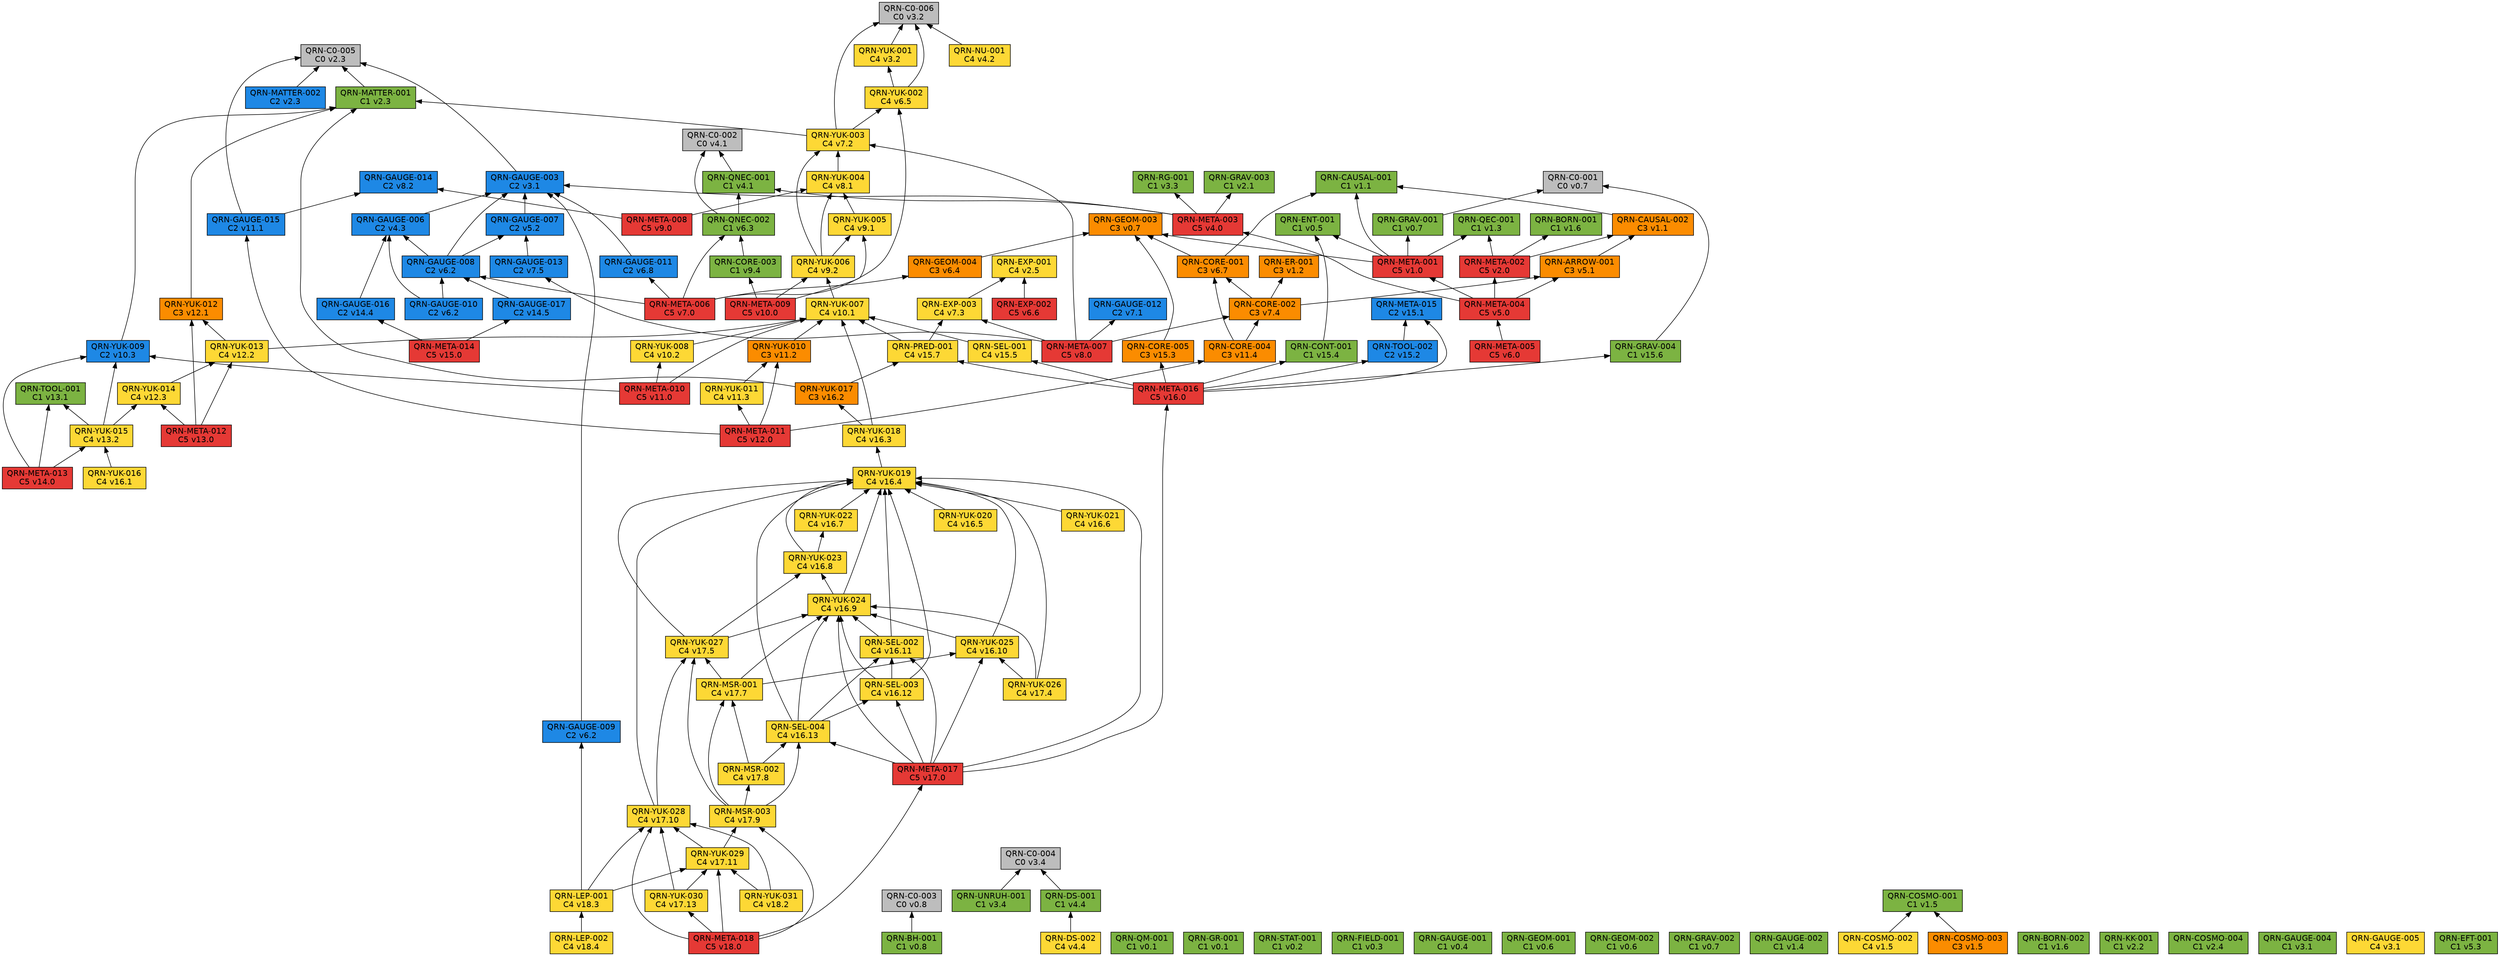
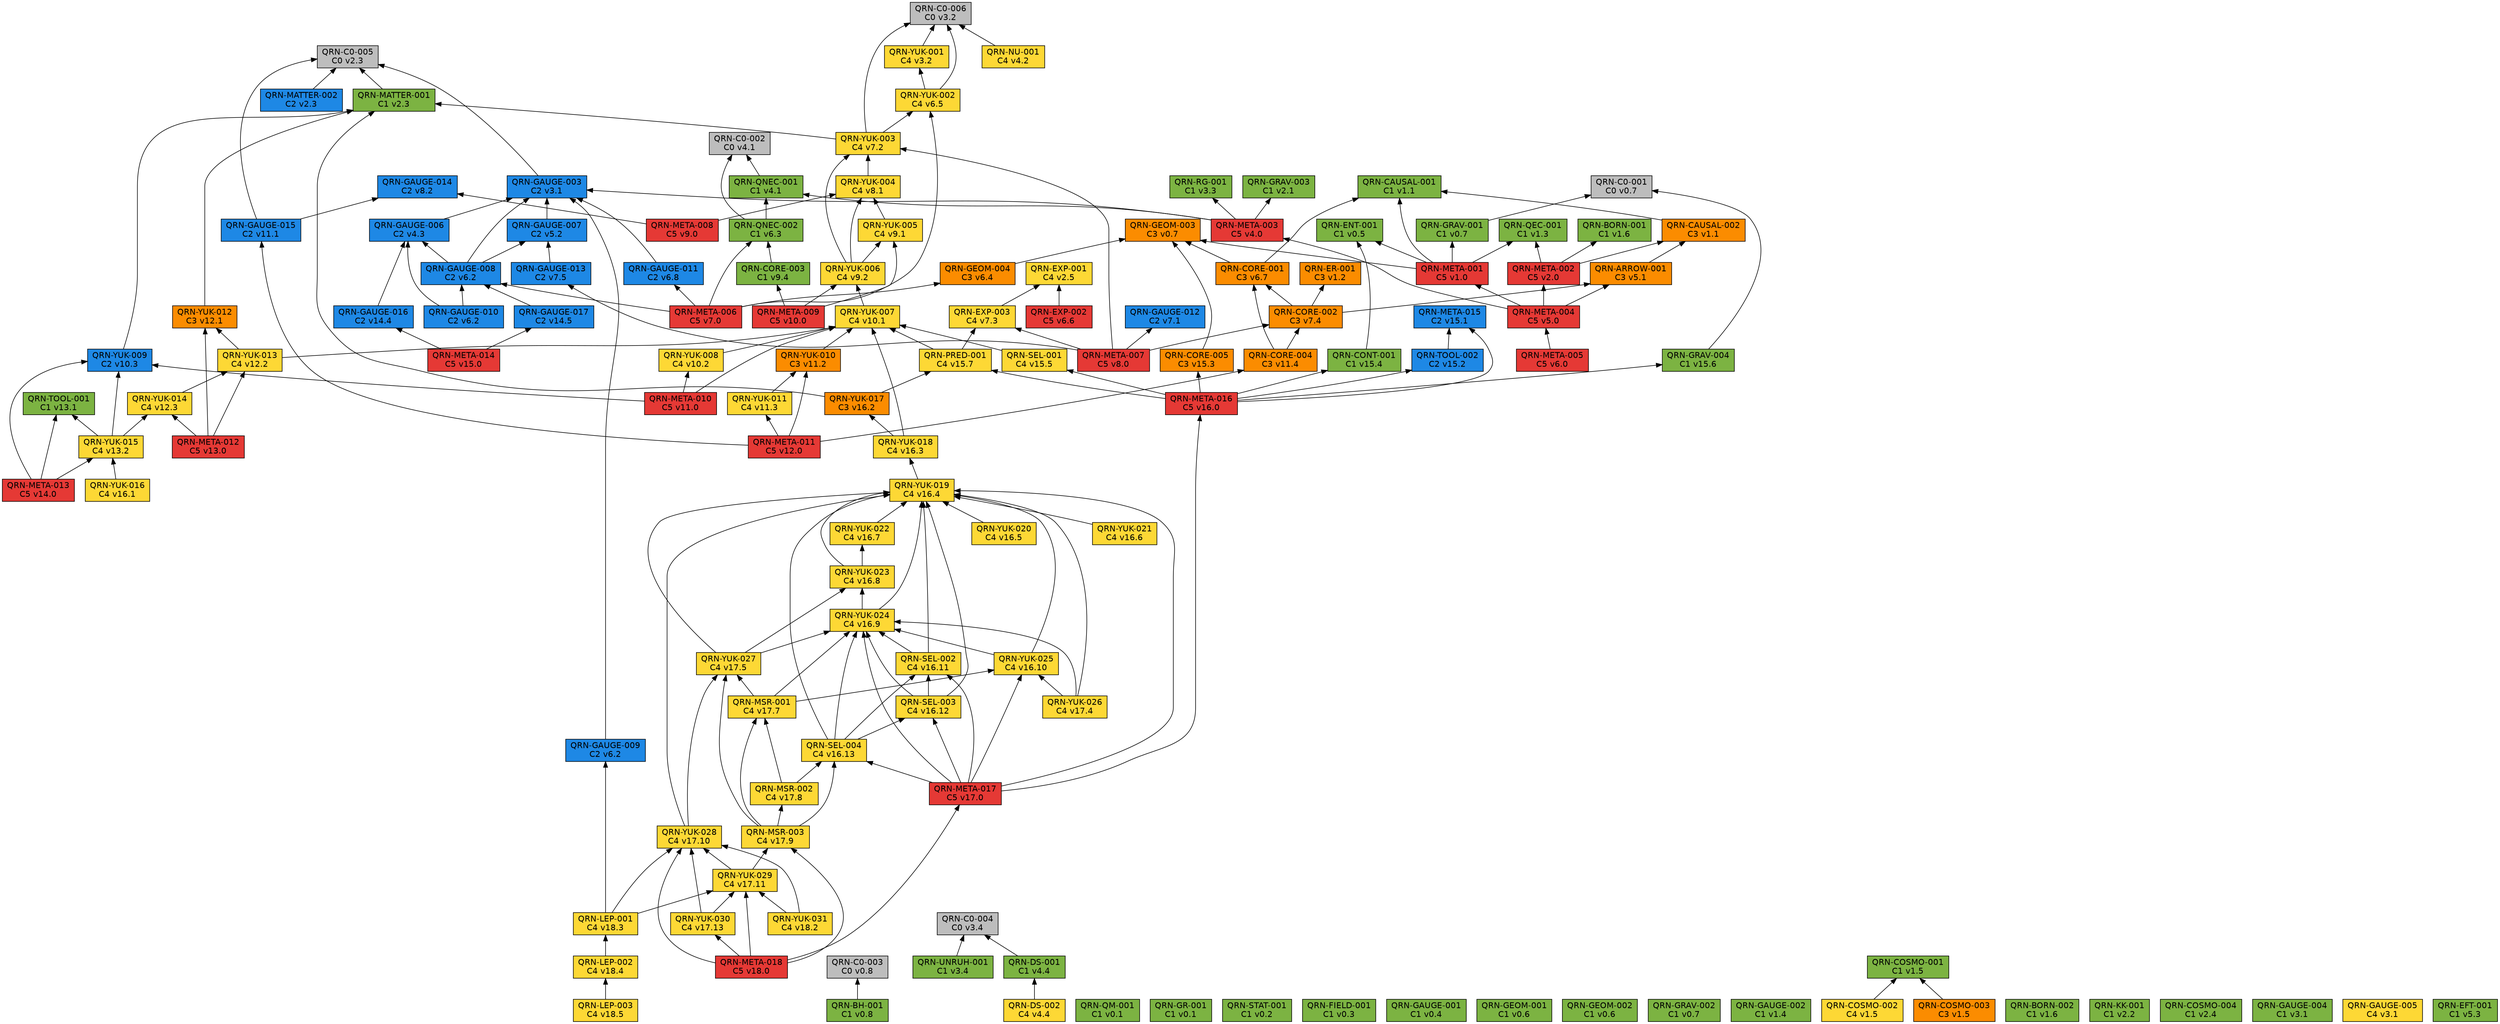
// 自動生成 (dag/report.pl) — QRN 主張依存グラフ
digraph qrn {
  rankdir=BT;
  node [shape=box, style=filled, fontname="Helvetica"];
  "QRN-C0-001" [fillcolor="#bdbdbd", label="QRN-C0-001\nC0 v0.7"];
  "QRN-C0-002" [fillcolor="#bdbdbd", label="QRN-C0-002\nC0 v4.1"];
  "QRN-C0-003" [fillcolor="#bdbdbd", label="QRN-C0-003\nC0 v0.8"];
  "QRN-C0-004" [fillcolor="#bdbdbd", label="QRN-C0-004\nC0 v3.4"];
  "QRN-C0-005" [fillcolor="#bdbdbd", label="QRN-C0-005\nC0 v2.3"];
  "QRN-C0-006" [fillcolor="#bdbdbd", label="QRN-C0-006\nC0 v3.2"];
  "QRN-QM-001" [fillcolor="#7cb342", label="QRN-QM-001\nC1 v0.1"];
  "QRN-GR-001" [fillcolor="#7cb342", label="QRN-GR-001\nC1 v0.1"];
  "QRN-STAT-001" [fillcolor="#7cb342", label="QRN-STAT-001\nC1 v0.2"];
  "QRN-FIELD-001" [fillcolor="#7cb342", label="QRN-FIELD-001\nC1 v0.3"];
  "QRN-GAUGE-001" [fillcolor="#7cb342", label="QRN-GAUGE-001\nC1 v0.4"];
  "QRN-ENT-001" [fillcolor="#7cb342", label="QRN-ENT-001\nC1 v0.5"];
  "QRN-GEOM-001" [fillcolor="#7cb342", label="QRN-GEOM-001\nC1 v0.6"];
  "QRN-GEOM-002" [fillcolor="#7cb342", label="QRN-GEOM-002\nC1 v0.6"];
  "QRN-GEOM-003" [fillcolor="#fb8c00", label="QRN-GEOM-003\nC3 v0.7"];
  "QRN-GRAV-001" [fillcolor="#7cb342", label="QRN-GRAV-001\nC1 v0.7"];
  "QRN-GRAV-002" [fillcolor="#7cb342", label="QRN-GRAV-002\nC1 v0.7"];
  "QRN-BH-001" [fillcolor="#7cb342", label="QRN-BH-001\nC1 v0.8"];
  "QRN-CAUSAL-001" [fillcolor="#7cb342", label="QRN-CAUSAL-001\nC1 v1.1"];
  "QRN-CAUSAL-002" [fillcolor="#fb8c00", label="QRN-CAUSAL-002\nC3 v1.1"];
  "QRN-ER-001" [fillcolor="#fb8c00", label="QRN-ER-001\nC3 v1.2"];
  "QRN-QEC-001" [fillcolor="#7cb342", label="QRN-QEC-001\nC1 v1.3"];
  "QRN-GAUGE-002" [fillcolor="#7cb342", label="QRN-GAUGE-002\nC1 v1.4"];
  "QRN-COSMO-001" [fillcolor="#7cb342", label="QRN-COSMO-001\nC1 v1.5"];
  "QRN-COSMO-002" [fillcolor="#fdd835", label="QRN-COSMO-002\nC4 v1.5"];
  "QRN-COSMO-003" [fillcolor="#fb8c00", label="QRN-COSMO-003\nC3 v1.5"];
  "QRN-BORN-001" [fillcolor="#7cb342", label="QRN-BORN-001\nC1 v1.6"];
  "QRN-BORN-002" [fillcolor="#7cb342", label="QRN-BORN-002\nC1 v1.6"];
  "QRN-GRAV-003" [fillcolor="#7cb342", label="QRN-GRAV-003\nC1 v2.1"];
  "QRN-KK-001" [fillcolor="#7cb342", label="QRN-KK-001\nC1 v2.2"];
  "QRN-MATTER-001" [fillcolor="#7cb342", label="QRN-MATTER-001\nC1 v2.3"];
  "QRN-MATTER-002" [fillcolor="#1e88e5", label="QRN-MATTER-002\nC2 v2.3"];
  "QRN-COSMO-004" [fillcolor="#7cb342", label="QRN-COSMO-004\nC1 v2.4"];
  "QRN-EXP-001" [fillcolor="#fdd835", label="QRN-EXP-001\nC4 v2.5"];
  "QRN-GAUGE-003" [fillcolor="#1e88e5", label="QRN-GAUGE-003\nC2 v3.1"];
  "QRN-GAUGE-004" [fillcolor="#7cb342", label="QRN-GAUGE-004\nC1 v3.1"];
  "QRN-GAUGE-005" [fillcolor="#fdd835", label="QRN-GAUGE-005\nC4 v3.1"];
  "QRN-YUK-001" [fillcolor="#fdd835", label="QRN-YUK-001\nC4 v3.2"];
  "QRN-RG-001" [fillcolor="#7cb342", label="QRN-RG-001\nC1 v3.3"];
  "QRN-UNRUH-001" [fillcolor="#7cb342", label="QRN-UNRUH-001\nC1 v3.4"];
  "QRN-QNEC-001" [fillcolor="#7cb342", label="QRN-QNEC-001\nC1 v4.1"];
  "QRN-NU-001" [fillcolor="#fdd835", label="QRN-NU-001\nC4 v4.2"];
  "QRN-GAUGE-006" [fillcolor="#1e88e5", label="QRN-GAUGE-006\nC2 v4.3"];
  "QRN-DS-001" [fillcolor="#7cb342", label="QRN-DS-001\nC1 v4.4"];
  "QRN-DS-002" [fillcolor="#fdd835", label="QRN-DS-002\nC4 v4.4"];
  "QRN-ARROW-001" [fillcolor="#fb8c00", label="QRN-ARROW-001\nC3 v5.1"];
  "QRN-GAUGE-007" [fillcolor="#1e88e5", label="QRN-GAUGE-007\nC2 v5.2"];
  "QRN-EFT-001" [fillcolor="#7cb342", label="QRN-EFT-001\nC1 v5.3"];
  "QRN-GAUGE-008" [fillcolor="#1e88e5", label="QRN-GAUGE-008\nC2 v6.2"];
  "QRN-GAUGE-009" [fillcolor="#1e88e5", label="QRN-GAUGE-009\nC2 v6.2"];
  "QRN-GAUGE-010" [fillcolor="#1e88e5", label="QRN-GAUGE-010\nC2 v6.2"];
  "QRN-QNEC-002" [fillcolor="#7cb342", label="QRN-QNEC-002\nC1 v6.3"];
  "QRN-GEOM-004" [fillcolor="#fb8c00", label="QRN-GEOM-004\nC3 v6.4"];
  "QRN-YUK-002" [fillcolor="#fdd835", label="QRN-YUK-002\nC4 v6.5"];
  "QRN-EXP-002" [fillcolor="#e53935", label="QRN-EXP-002\nC5 v6.6"];
  "QRN-CORE-001" [fillcolor="#fb8c00", label="QRN-CORE-001\nC3 v6.7"];
  "QRN-GAUGE-011" [fillcolor="#1e88e5", label="QRN-GAUGE-011\nC2 v6.8"];
  "QRN-GAUGE-012" [fillcolor="#1e88e5", label="QRN-GAUGE-012\nC2 v7.1"];
  "QRN-YUK-003" [fillcolor="#fdd835", label="QRN-YUK-003\nC4 v7.2"];
  "QRN-EXP-003" [fillcolor="#fdd835", label="QRN-EXP-003\nC4 v7.3"];
  "QRN-CORE-002" [fillcolor="#fb8c00", label="QRN-CORE-002\nC3 v7.4"];
  "QRN-GAUGE-013" [fillcolor="#1e88e5", label="QRN-GAUGE-013\nC2 v7.5"];
  "QRN-YUK-004" [fillcolor="#fdd835", label="QRN-YUK-004\nC4 v8.1"];
  "QRN-GAUGE-014" [fillcolor="#1e88e5", label="QRN-GAUGE-014\nC2 v8.2"];
  "QRN-META-001" [fillcolor="#e53935", label="QRN-META-001\nC5 v1.0"];
  "QRN-META-002" [fillcolor="#e53935", label="QRN-META-002\nC5 v2.0"];
  "QRN-META-003" [fillcolor="#e53935", label="QRN-META-003\nC5 v4.0"];
  "QRN-META-004" [fillcolor="#e53935", label="QRN-META-004\nC5 v5.0"];
  "QRN-META-005" [fillcolor="#e53935", label="QRN-META-005\nC5 v6.0"];
  "QRN-META-006" [fillcolor="#e53935", label="QRN-META-006\nC5 v7.0"];
  "QRN-META-007" [fillcolor="#e53935", label="QRN-META-007\nC5 v8.0"];
  "QRN-META-008" [fillcolor="#e53935", label="QRN-META-008\nC5 v9.0"];
  "QRN-YUK-005" [fillcolor="#fdd835", label="QRN-YUK-005\nC4 v9.1"];
  "QRN-YUK-006" [fillcolor="#fdd835", label="QRN-YUK-006\nC4 v9.2"];
  "QRN-CORE-003" [fillcolor="#7cb342", label="QRN-CORE-003\nC1 v9.4"];
  "QRN-META-009" [fillcolor="#e53935", label="QRN-META-009\nC5 v10.0"];
  "QRN-YUK-007" [fillcolor="#fdd835", label="QRN-YUK-007\nC4 v10.1"];
  "QRN-YUK-008" [fillcolor="#fdd835", label="QRN-YUK-008\nC4 v10.2"];
  "QRN-YUK-009" [fillcolor="#1e88e5", label="QRN-YUK-009\nC2 v10.3"];
  "QRN-META-010" [fillcolor="#e53935", label="QRN-META-010\nC5 v11.0"];
  "QRN-GAUGE-015" [fillcolor="#1e88e5", label="QRN-GAUGE-015\nC2 v11.1"];
  "QRN-YUK-010" [fillcolor="#fb8c00", label="QRN-YUK-010\nC3 v11.2"];
  "QRN-YUK-011" [fillcolor="#fdd835", label="QRN-YUK-011\nC4 v11.3"];
  "QRN-CORE-004" [fillcolor="#fb8c00", label="QRN-CORE-004\nC3 v11.4"];
  "QRN-META-011" [fillcolor="#e53935", label="QRN-META-011\nC5 v12.0"];
  "QRN-YUK-012" [fillcolor="#fb8c00", label="QRN-YUK-012\nC3 v12.1"];
  "QRN-YUK-013" [fillcolor="#fdd835", label="QRN-YUK-013\nC4 v12.2"];
  "QRN-YUK-014" [fillcolor="#fdd835", label="QRN-YUK-014\nC4 v12.3"];
  "QRN-META-012" [fillcolor="#e53935", label="QRN-META-012\nC5 v13.0"];
  "QRN-TOOL-001" [fillcolor="#7cb342", label="QRN-TOOL-001\nC1 v13.1"];
  "QRN-YUK-015" [fillcolor="#fdd835", label="QRN-YUK-015\nC4 v13.2"];
  "QRN-META-013" [fillcolor="#e53935", label="QRN-META-013\nC5 v14.0"];
  "QRN-GAUGE-016" [fillcolor="#1e88e5", label="QRN-GAUGE-016\nC2 v14.4"];
  "QRN-GAUGE-017" [fillcolor="#1e88e5", label="QRN-GAUGE-017\nC2 v14.5"];
  "QRN-META-014" [fillcolor="#e53935", label="QRN-META-014\nC5 v15.0"];
  "QRN-META-015" [fillcolor="#1e88e5", label="QRN-META-015\nC2 v15.1"];
  "QRN-TOOL-002" [fillcolor="#1e88e5", label="QRN-TOOL-002\nC2 v15.2"];
  "QRN-CORE-005" [fillcolor="#fb8c00", label="QRN-CORE-005\nC3 v15.3"];
  "QRN-CONT-001" [fillcolor="#7cb342", label="QRN-CONT-001\nC1 v15.4"];
  "QRN-SEL-001" [fillcolor="#fdd835", label="QRN-SEL-001\nC4 v15.5"];
  "QRN-GRAV-004" [fillcolor="#7cb342", label="QRN-GRAV-004\nC1 v15.6"];
  "QRN-PRED-001" [fillcolor="#fdd835", label="QRN-PRED-001\nC4 v15.7"];
  "QRN-META-016" [fillcolor="#e53935", label="QRN-META-016\nC5 v16.0"];
  "QRN-YUK-016" [fillcolor="#fdd835", label="QRN-YUK-016\nC4 v16.1"];
  "QRN-YUK-017" [fillcolor="#fb8c00", label="QRN-YUK-017\nC3 v16.2"];
  "QRN-YUK-018" [fillcolor="#fdd835", label="QRN-YUK-018\nC4 v16.3"];
  "QRN-YUK-019" [fillcolor="#fdd835", label="QRN-YUK-019\nC4 v16.4"];
  "QRN-YUK-020" [fillcolor="#fdd835", label="QRN-YUK-020\nC4 v16.5"];
  "QRN-YUK-021" [fillcolor="#fdd835", label="QRN-YUK-021\nC4 v16.6"];
  "QRN-YUK-022" [fillcolor="#fdd835", label="QRN-YUK-022\nC4 v16.7"];
  "QRN-YUK-023" [fillcolor="#fdd835", label="QRN-YUK-023\nC4 v16.8"];
  "QRN-YUK-024" [fillcolor="#fdd835", label="QRN-YUK-024\nC4 v16.9"];
  "QRN-YUK-025" [fillcolor="#fdd835", label="QRN-YUK-025\nC4 v16.10"];
  "QRN-SEL-002" [fillcolor="#fdd835", label="QRN-SEL-002\nC4 v16.11"];
  "QRN-SEL-003" [fillcolor="#fdd835", label="QRN-SEL-003\nC4 v16.12"];
  "QRN-SEL-004" [fillcolor="#fdd835", label="QRN-SEL-004\nC4 v16.13"];
  "QRN-META-017" [fillcolor="#e53935", label="QRN-META-017\nC5 v17.0"];
  "QRN-YUK-026" [fillcolor="#fdd835", label="QRN-YUK-026\nC4 v17.4"];
  "QRN-YUK-027" [fillcolor="#fdd835", label="QRN-YUK-027\nC4 v17.5"];
  "QRN-MSR-001" [fillcolor="#fdd835", label="QRN-MSR-001\nC4 v17.7"];
  "QRN-MSR-002" [fillcolor="#fdd835", label="QRN-MSR-002\nC4 v17.8"];
  "QRN-MSR-003" [fillcolor="#fdd835", label="QRN-MSR-003\nC4 v17.9"];
  "QRN-YUK-028" [fillcolor="#fdd835", label="QRN-YUK-028\nC4 v17.10"];
  "QRN-YUK-029" [fillcolor="#fdd835", label="QRN-YUK-029\nC4 v17.11"];
  "QRN-YUK-030" [fillcolor="#fdd835", label="QRN-YUK-030\nC4 v17.13"];
  "QRN-META-018" [fillcolor="#e53935", label="QRN-META-018\nC5 v18.0"];
  "QRN-YUK-031" [fillcolor="#fdd835", label="QRN-YUK-031\nC4 v18.2"];
  "QRN-LEP-001" [fillcolor="#fdd835", label="QRN-LEP-001\nC4 v18.3"];
  "QRN-LEP-002" [fillcolor="#fdd835", label="QRN-LEP-002\nC4 v18.4"];
+   "QRN-LEP-003" [fillcolor="#fdd835", label="QRN-LEP-003\nC4 v18.5"];
  "QRN-GRAV-001" -> "QRN-C0-001";
  "QRN-BH-001" -> "QRN-C0-003";
  "QRN-CAUSAL-002" -> "QRN-CAUSAL-001";
  "QRN-COSMO-002" -> "QRN-COSMO-001";
  "QRN-COSMO-003" -> "QRN-COSMO-001";
  "QRN-MATTER-001" -> "QRN-C0-005";
  "QRN-MATTER-002" -> "QRN-C0-005";
  "QRN-GAUGE-003" -> "QRN-C0-005";
  "QRN-YUK-001" -> "QRN-C0-006";
  "QRN-UNRUH-001" -> "QRN-C0-004";
  "QRN-QNEC-001" -> "QRN-C0-002";
  "QRN-NU-001" -> "QRN-C0-006";
  "QRN-GAUGE-006" -> "QRN-GAUGE-003";
  "QRN-DS-001" -> "QRN-C0-004";
  "QRN-DS-002" -> "QRN-DS-001";
  "QRN-ARROW-001" -> "QRN-CAUSAL-002";
  "QRN-GAUGE-007" -> "QRN-GAUGE-003";
  "QRN-GAUGE-008" -> "QRN-GAUGE-003";
  "QRN-GAUGE-008" -> "QRN-GAUGE-006";
  "QRN-GAUGE-008" -> "QRN-GAUGE-007";
  "QRN-GAUGE-009" -> "QRN-GAUGE-003";
  "QRN-GAUGE-010" -> "QRN-GAUGE-006";
  "QRN-GAUGE-010" -> "QRN-GAUGE-008";
  "QRN-QNEC-002" -> "QRN-C0-002";
  "QRN-QNEC-002" -> "QRN-QNEC-001";
  "QRN-GEOM-004" -> "QRN-GEOM-003";
  "QRN-YUK-002" -> "QRN-C0-006";
  "QRN-YUK-002" -> "QRN-YUK-001";
  "QRN-EXP-002" -> "QRN-EXP-001";
  "QRN-CORE-001" -> "QRN-GEOM-003";
  "QRN-CORE-001" -> "QRN-CAUSAL-001";
  "QRN-GAUGE-011" -> "QRN-GAUGE-003";
  "QRN-YUK-003" -> "QRN-C0-006";
  "QRN-YUK-003" -> "QRN-MATTER-001";
  "QRN-YUK-003" -> "QRN-YUK-002";
  "QRN-EXP-003" -> "QRN-EXP-001";
  "QRN-CORE-002" -> "QRN-CORE-001";
  "QRN-CORE-002" -> "QRN-ER-001";
  "QRN-CORE-002" -> "QRN-ARROW-001";
  "QRN-GAUGE-013" -> "QRN-GAUGE-007";
  "QRN-YUK-004" -> "QRN-YUK-003";
  "QRN-META-001" -> "QRN-GEOM-003";
  "QRN-META-001" -> "QRN-GRAV-001";
  "QRN-META-001" -> "QRN-CAUSAL-001";
  "QRN-META-001" -> "QRN-QEC-001";
  "QRN-META-001" -> "QRN-ENT-001";
  "QRN-META-002" -> "QRN-QEC-001";
  "QRN-META-002" -> "QRN-BORN-001";
  "QRN-META-002" -> "QRN-CAUSAL-002";
  "QRN-META-003" -> "QRN-GAUGE-003";
  "QRN-META-003" -> "QRN-RG-001";
  "QRN-META-003" -> "QRN-QNEC-001";
  "QRN-META-003" -> "QRN-GRAV-003";
  "QRN-META-004" -> "QRN-META-001";
  "QRN-META-004" -> "QRN-META-002";
  "QRN-META-004" -> "QRN-META-003";
  "QRN-META-004" -> "QRN-ARROW-001";
  "QRN-META-005" -> "QRN-META-004";
  "QRN-META-006" -> "QRN-GAUGE-008";
  "QRN-META-006" -> "QRN-QNEC-002";
  "QRN-META-006" -> "QRN-GEOM-004";
  "QRN-META-006" -> "QRN-YUK-002";
  "QRN-META-006" -> "QRN-GAUGE-011";
  "QRN-META-007" -> "QRN-GAUGE-012";
  "QRN-META-007" -> "QRN-YUK-003";
  "QRN-META-007" -> "QRN-EXP-003";
  "QRN-META-007" -> "QRN-CORE-002";
  "QRN-META-007" -> "QRN-GAUGE-013";
  "QRN-META-008" -> "QRN-YUK-004";
  "QRN-META-008" -> "QRN-GAUGE-014";
  "QRN-YUK-005" -> "QRN-YUK-004";
  "QRN-YUK-006" -> "QRN-YUK-003";
  "QRN-YUK-006" -> "QRN-YUK-004";
  "QRN-YUK-006" -> "QRN-YUK-005";
  "QRN-CORE-003" -> "QRN-QNEC-002";
  "QRN-META-009" -> "QRN-YUK-005";
  "QRN-META-009" -> "QRN-YUK-006";
  "QRN-META-009" -> "QRN-CORE-003";
  "QRN-YUK-007" -> "QRN-YUK-006";
  "QRN-YUK-008" -> "QRN-YUK-007";
  "QRN-YUK-009" -> "QRN-MATTER-001";
  "QRN-META-010" -> "QRN-YUK-007";
  "QRN-META-010" -> "QRN-YUK-008";
  "QRN-META-010" -> "QRN-YUK-009";
  "QRN-GAUGE-015" -> "QRN-C0-005";
  "QRN-GAUGE-015" -> "QRN-GAUGE-014";
  "QRN-YUK-010" -> "QRN-YUK-007";
  "QRN-YUK-011" -> "QRN-YUK-010";
  "QRN-CORE-004" -> "QRN-CORE-001";
  "QRN-CORE-004" -> "QRN-CORE-002";
  "QRN-META-011" -> "QRN-GAUGE-015";
  "QRN-META-011" -> "QRN-YUK-010";
  "QRN-META-011" -> "QRN-YUK-011";
  "QRN-META-011" -> "QRN-CORE-004";
  "QRN-YUK-012" -> "QRN-MATTER-001";
  "QRN-YUK-013" -> "QRN-YUK-012";
  "QRN-YUK-013" -> "QRN-YUK-007";
  "QRN-YUK-014" -> "QRN-YUK-013";
  "QRN-META-012" -> "QRN-YUK-012";
  "QRN-META-012" -> "QRN-YUK-013";
  "QRN-META-012" -> "QRN-YUK-014";
  "QRN-YUK-015" -> "QRN-YUK-014";
  "QRN-YUK-015" -> "QRN-TOOL-001";
  "QRN-YUK-015" -> "QRN-YUK-009";
  "QRN-META-013" -> "QRN-YUK-015";
  "QRN-META-013" -> "QRN-TOOL-001";
  "QRN-META-013" -> "QRN-YUK-009";
  "QRN-GAUGE-016" -> "QRN-GAUGE-006";
  "QRN-GAUGE-017" -> "QRN-GAUGE-008";
  "QRN-META-014" -> "QRN-GAUGE-016";
  "QRN-META-014" -> "QRN-GAUGE-017";
  "QRN-TOOL-002" -> "QRN-META-015";
  "QRN-CORE-005" -> "QRN-GEOM-003";
  "QRN-CONT-001" -> "QRN-ENT-001";
  "QRN-SEL-001" -> "QRN-YUK-007";
  "QRN-GRAV-004" -> "QRN-C0-001";
  "QRN-PRED-001" -> "QRN-YUK-007";
  "QRN-PRED-001" -> "QRN-EXP-003";
  "QRN-META-016" -> "QRN-META-015";
  "QRN-META-016" -> "QRN-TOOL-002";
  "QRN-META-016" -> "QRN-CORE-005";
  "QRN-META-016" -> "QRN-CONT-001";
  "QRN-META-016" -> "QRN-SEL-001";
  "QRN-META-016" -> "QRN-GRAV-004";
  "QRN-META-016" -> "QRN-PRED-001";
  "QRN-YUK-016" -> "QRN-YUK-015";
  "QRN-YUK-017" -> "QRN-MATTER-001";
  "QRN-YUK-017" -> "QRN-PRED-001";
  "QRN-YUK-018" -> "QRN-YUK-017";
  "QRN-YUK-018" -> "QRN-YUK-007";
  "QRN-YUK-019" -> "QRN-YUK-018";
  "QRN-YUK-020" -> "QRN-YUK-019";
  "QRN-YUK-021" -> "QRN-YUK-019";
  "QRN-YUK-022" -> "QRN-YUK-019";
  "QRN-YUK-023" -> "QRN-YUK-019";
  "QRN-YUK-023" -> "QRN-YUK-022";
  "QRN-YUK-024" -> "QRN-YUK-019";
  "QRN-YUK-024" -> "QRN-YUK-023";
  "QRN-YUK-025" -> "QRN-YUK-019";
  "QRN-YUK-025" -> "QRN-YUK-024";
  "QRN-SEL-002" -> "QRN-YUK-019";
  "QRN-SEL-002" -> "QRN-YUK-024";
  "QRN-SEL-003" -> "QRN-YUK-019";
  "QRN-SEL-003" -> "QRN-YUK-024";
  "QRN-SEL-003" -> "QRN-SEL-002";
  "QRN-SEL-004" -> "QRN-YUK-019";
  "QRN-SEL-004" -> "QRN-YUK-024";
  "QRN-SEL-004" -> "QRN-SEL-002";
  "QRN-SEL-004" -> "QRN-SEL-003";
  "QRN-META-017" -> "QRN-META-016";
  "QRN-META-017" -> "QRN-YUK-019";
  "QRN-META-017" -> "QRN-YUK-024";
  "QRN-META-017" -> "QRN-YUK-025";
  "QRN-META-017" -> "QRN-SEL-002";
  "QRN-META-017" -> "QRN-SEL-003";
  "QRN-META-017" -> "QRN-SEL-004";
  "QRN-YUK-026" -> "QRN-YUK-019";
  "QRN-YUK-026" -> "QRN-YUK-024";
  "QRN-YUK-026" -> "QRN-YUK-025";
  "QRN-YUK-027" -> "QRN-YUK-019";
  "QRN-YUK-027" -> "QRN-YUK-023";
  "QRN-YUK-027" -> "QRN-YUK-024";
  "QRN-MSR-001" -> "QRN-YUK-024";
  "QRN-MSR-001" -> "QRN-YUK-025";
  "QRN-MSR-001" -> "QRN-YUK-027";
  "QRN-MSR-002" -> "QRN-SEL-004";
  "QRN-MSR-002" -> "QRN-MSR-001";
  "QRN-MSR-003" -> "QRN-MSR-001";
  "QRN-MSR-003" -> "QRN-MSR-002";
  "QRN-MSR-003" -> "QRN-SEL-004";
  "QRN-MSR-003" -> "QRN-YUK-027";
  "QRN-YUK-028" -> "QRN-YUK-019";
  "QRN-YUK-028" -> "QRN-YUK-027";
  "QRN-YUK-029" -> "QRN-YUK-028";
  "QRN-YUK-029" -> "QRN-MSR-003";
  "QRN-YUK-030" -> "QRN-YUK-028";
  "QRN-YUK-030" -> "QRN-YUK-029";
  "QRN-META-018" -> "QRN-META-017";
  "QRN-META-018" -> "QRN-MSR-003";
  "QRN-META-018" -> "QRN-YUK-028";
  "QRN-META-018" -> "QRN-YUK-029";
  "QRN-META-018" -> "QRN-YUK-030";
  "QRN-YUK-031" -> "QRN-YUK-028";
  "QRN-YUK-031" -> "QRN-YUK-029";
  "QRN-LEP-001" -> "QRN-YUK-028";
  "QRN-LEP-001" -> "QRN-YUK-029";
  "QRN-LEP-001" -> "QRN-GAUGE-009";
  "QRN-LEP-002" -> "QRN-LEP-001";
+   "QRN-LEP-003" -> "QRN-LEP-002";
}
